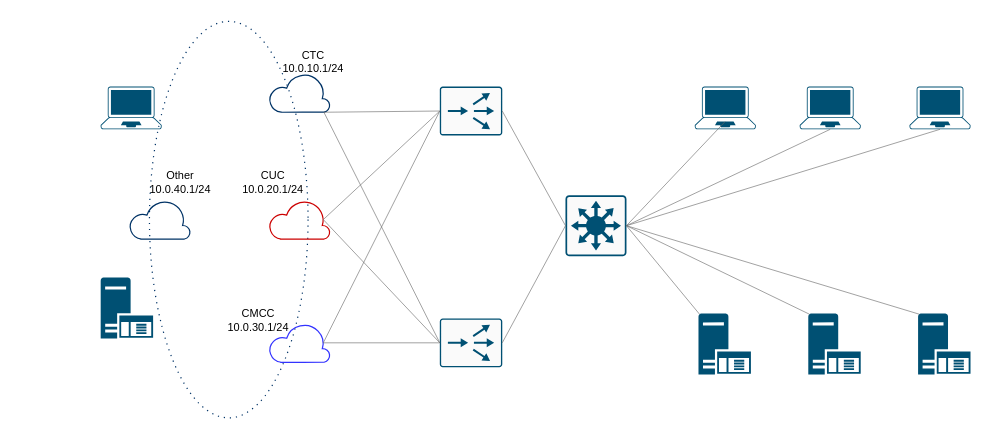
Earlier version of the draw.io diagram page "实验环境拓扑图" (2 of 2) of Untitled Diagram.drawio (ahhfltj/cloud). Source tidied: cells renumbered, new cells numbered last; positions are measured from the earlier drawing's top-left corner, leaving out a move shared by most shapes. Both pictures are drawn from the tidied source at 122%, with x=0, y=0 at pixel (100, 21).
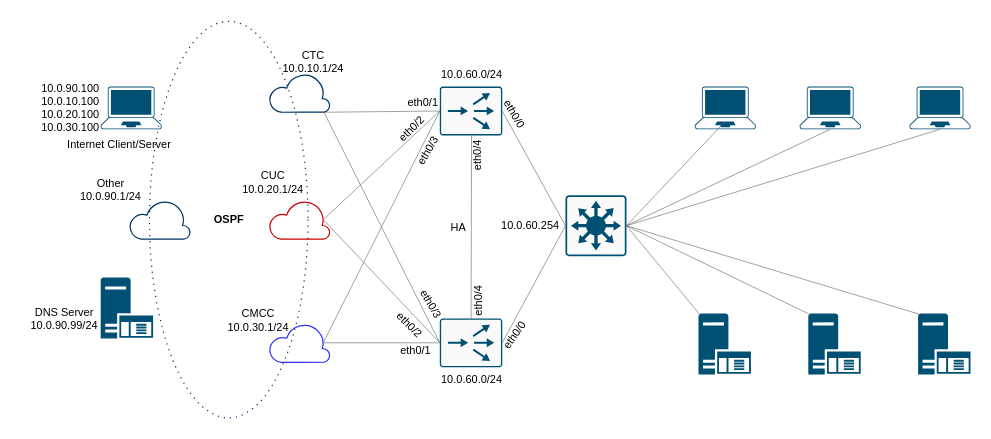
The same page after the edit.

Unchanged cells that the change refers to:
```xml
<mxCell id="3" style="points=[[0.015,0.015,0],[0.985,0.015,0],[0.985,0.985,0],[0.015,0.985,0],[0.25,0,0],[0.5,0,0],[0.75,0,0],[1,0.25,0],[1,0.5,0],[1,0.75,0],[0.75,1,0],[0.5,1,0],[0.25,1,0],[0,0.75,0],[0,0.5,0],[0,0.25,0]];verticalLabelPosition=bottom;html=1;verticalAlign=top;align=center;shape=mxgraph.cisco19.rect;prIcon=content_router;fillColor=#FAFAFA;strokeColor=#005073;" parent="1" vertex="1">
  <mxGeometry x="278" y="243.5" width="51.2" height="40" as="geometry" />
</mxCell>
```

Change to the diagram source:
```diff
@@
-    <mxCell id="35" value="Other&lt;br style=&quot;font-size: 9px&quot;&gt;10.0.40.1/24" style="text;html=1;align=center;verticalAlign=middle;strokeColor=none;strokeWidth=1;fontSize=9;" parent="1" vertex="1">
-      <mxGeometry x="30" y="116.5" width="70" height="30" as="geometry" />
+    <mxCell id="35" value="Other&lt;br style=&quot;font-size: 9px&quot;&gt;10.0.90.1/24" style="text;html=1;align=center;verticalAlign=middle;strokeColor=none;strokeWidth=1;fontSize=9;" parent="1" vertex="1">
+      <mxGeometry x="-27" y="122.5" width="70" height="30" as="geometry" />
     </mxCell>
+    <mxCell id="36" value="10.0.90.100&lt;br&gt;10.0.10.100&lt;br&gt;10.0.20.100&lt;br&gt;10.0.30.100" style="text;html=1;align=center;verticalAlign=middle;strokeColor=none;strokeWidth=1;fontSize=9;" parent="1" vertex="1">
+      <mxGeometry x="-55" y="46" width="60" height="50" as="geometry" />
+    </mxCell>
+    <mxCell id="37" value="DNS Server&lt;br&gt;10.0.90.99/24" style="text;html=1;align=center;verticalAlign=middle;strokeColor=none;strokeWidth=1;fontSize=9;" parent="1" vertex="1">
+      <mxGeometry x="-65" y="229" width="70" height="30" as="geometry" />
+    </mxCell>
+    <mxCell id="38" value="OSPF" style="text;html=1;align=center;verticalAlign=middle;strokeColor=none;strokeWidth=1;fontSize=9;fontStyle=1;" parent="1" vertex="1">
+      <mxGeometry x="85" y="152.5" width="40" height="20" as="geometry" />
+    </mxCell>
+    <mxCell id="39" value="10.0.60.0/24" style="text;html=1;align=center;verticalAlign=middle;strokeColor=none;strokeWidth=1;fontSize=9;" parent="1" vertex="1">
+      <mxGeometry x="268.6" y="33.5" width="70" height="20" as="geometry" />
+    </mxCell>
+    <mxCell id="40" value="10.0.60.0/24" style="text;html=1;align=center;verticalAlign=middle;strokeColor=none;strokeWidth=1;fontSize=9;" parent="1" vertex="1">
+      <mxGeometry x="268.6" y="283.5" width="70" height="20" as="geometry" />
+    </mxCell>
+    <mxCell id="41" style="endArrow=none;html=1;strokeWidth=0.5;strokeColor=#666666;" parent="1" edge="1" source="3">
+      <mxGeometry relative="1" as="geometry">
+        <mxPoint x="304" y="94" as="targetPoint" />
+      </mxGeometry>
+    </mxCell>
+    <mxCell id="42" value="HA" style="text;html=1;align=center;verticalAlign=middle;strokeColor=none;strokeWidth=1;fontSize=9;" parent="1" vertex="1">
+      <mxGeometry x="278" y="158.5" width="30" height="20" as="geometry" />
+    </mxCell>
+    <mxCell id="43" value="eth0/0" style="text;html=1;align=center;verticalAlign=middle;strokeColor=none;strokeWidth=1;fontSize=9;rotation=60;" parent="1" vertex="1">
+      <mxGeometry x="319.2" y="66" width="40" height="20" as="geometry" />
+    </mxCell>
+    <mxCell id="44" value="eth0/1" style="text;html=1;align=center;verticalAlign=middle;strokeColor=none;strokeWidth=1;fontSize=9;" parent="1" vertex="1">
+      <mxGeometry x="244" y="56.5" width="40" height="20" as="geometry" />
+    </mxCell>
+    <mxCell id="45" value="eth0/2" style="text;html=1;align=center;verticalAlign=middle;strokeColor=none;strokeWidth=1;fontSize=9;rotation=-45;" parent="1" vertex="1">
+      <mxGeometry x="234.6" y="79" width="40" height="20" as="geometry" />
+    </mxCell>
+    <mxCell id="46" value="eth0/3" style="text;html=1;align=center;verticalAlign=middle;strokeColor=none;strokeWidth=1;fontSize=9;rotation=-60;" parent="1" vertex="1">
+      <mxGeometry x="248" y="96.5" width="40" height="20" as="geometry" />
+    </mxCell>
+    <mxCell id="47" value="eth0/4" style="text;html=1;align=center;verticalAlign=middle;strokeColor=none;strokeWidth=1;fontSize=9;rotation=-90;" parent="1" vertex="1">
+      <mxGeometry x="289" y="100.5" width="40" height="20" as="geometry" />
+    </mxCell>
+    <mxCell id="48" value="eth0/0" style="text;html=1;align=center;verticalAlign=middle;strokeColor=none;strokeWidth=1;fontSize=9;rotation=-55;" parent="1" vertex="1">
+      <mxGeometry x="319.2" y="247.5" width="40" height="20" as="geometry" />
+    </mxCell>
+    <mxCell id="49" value="eth0/4" style="text;html=1;align=center;verticalAlign=middle;strokeColor=none;strokeWidth=1;fontSize=9;rotation=-90;" parent="1" vertex="1">
+      <mxGeometry x="289.2" y="219.5" width="40" height="20" as="geometry" />
+    </mxCell>
+    <mxCell id="50" value="eth0/3" style="text;html=1;align=center;verticalAlign=middle;strokeColor=none;strokeWidth=1;fontSize=9;rotation=60;" parent="1" vertex="1">
+      <mxGeometry x="251.2" y="221.5" width="40" height="20" as="geometry" />
+    </mxCell>
+    <mxCell id="51" value="eth0/2" style="text;html=1;align=center;verticalAlign=middle;strokeColor=none;strokeWidth=1;fontSize=9;rotation=45;" parent="1" vertex="1">
+      <mxGeometry x="233.2" y="239" width="40" height="20" as="geometry" />
+    </mxCell>
+    <mxCell id="52" value="eth0/1" style="text;html=1;align=center;verticalAlign=middle;strokeColor=none;strokeWidth=1;fontSize=9;" parent="1" vertex="1">
+      <mxGeometry x="238" y="260" width="40" height="20" as="geometry" />
+    </mxCell>
+    <mxCell id="53" value="10.0.60.254" style="text;html=1;align=center;verticalAlign=middle;strokeColor=none;strokeWidth=1;fontSize=9;" parent="1" vertex="1">
+      <mxGeometry x="322" y="157.5" width="60" height="20" as="geometry" />
+    </mxCell>
+    <mxCell id="54" value="Internet Client/Server" style="text;html=1;align=center;verticalAlign=middle;strokeColor=none;strokeWidth=1;fontSize=9;" parent="1" vertex="1">
+      <mxGeometry x="-35" y="91" width="100" height="20" as="geometry" />
+    </mxCell>
```
